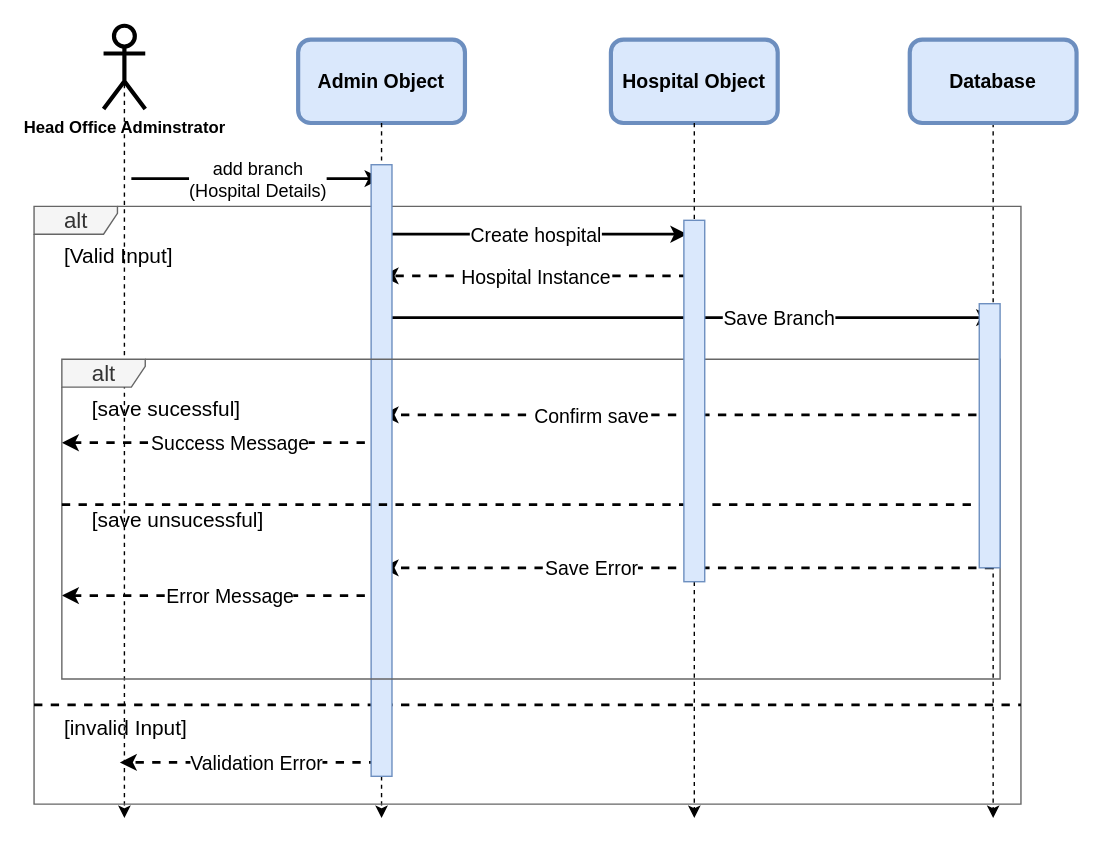
Before: UseCase_Diagram/Biruh/addBranch.dio in Nama21yo/SDS-EMR, a draw.io diagram. Source tidied: cells renumbered, new cells numbered last; positions are measured from the earlier drawing's top-left corner, leaving out a move shared by most shapes. Both pictures are drawn from the tidied source at 139%, with x=0, y=0 at pixel (33, 25).
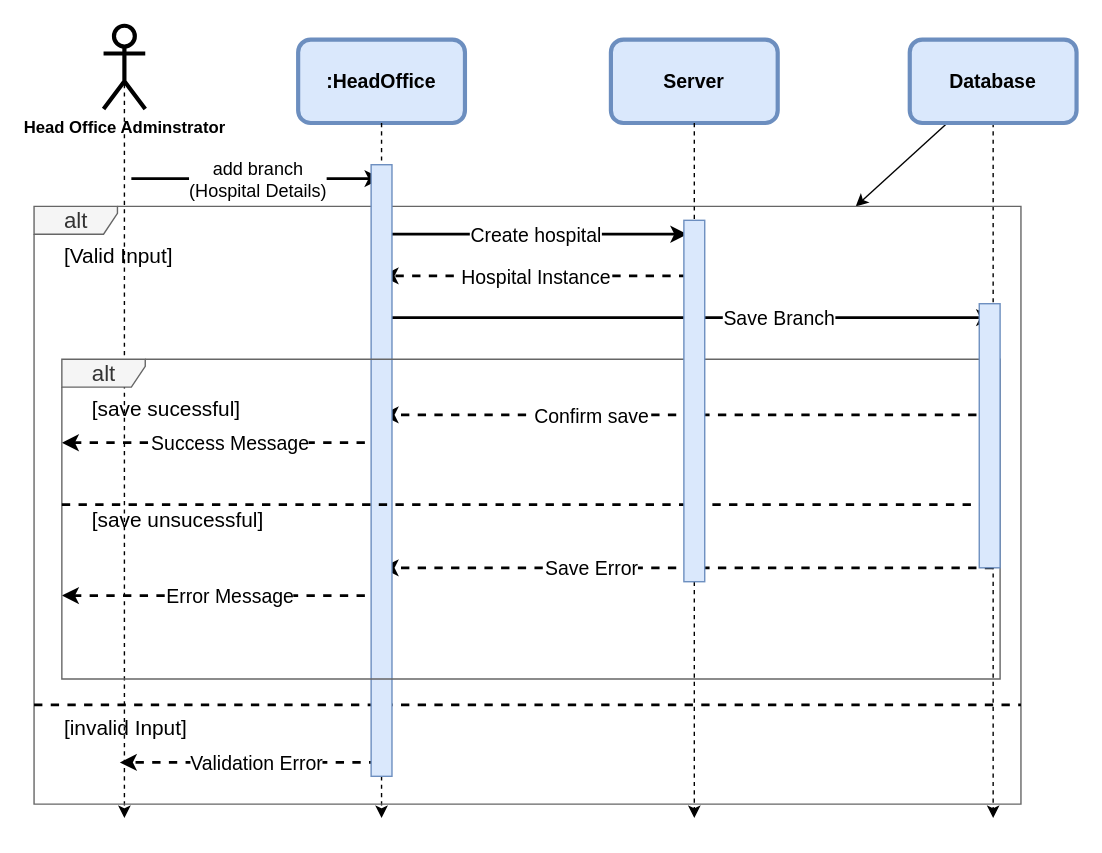
Above is the later version.

Unchanged cells that the change refers to:
```xml
<mxCell id="26" value="&lt;font style=&quot;font-size: 16px;&quot;&gt;alt&lt;/font&gt;" style="shape=umlFrame;tabWidth=110;tabHeight=30;tabPosition=left;html=1;boundedLbl=1;labelInHeader=1;width=60;height=20;rounded=0;shadow=0;glass=0;sketch=0;fontSize=15;fillColor=#f5f5f5;fontColor=#333333;strokeColor=#666666;" parent="1" vertex="1">
  <mxGeometry y="130" width="710" height="430" as="geometry" />
</mxCell>
```

Diff of the diagram source:
```diff
@@
-    <mxCell id="5" value="&lt;font style=&quot;font-size: 14px;&quot;&gt;&lt;b&gt;Admin Object&lt;/b&gt;&lt;/font&gt;" style="rounded=1;whiteSpace=wrap;html=1;strokeWidth=3;fillColor=#dae8fc;strokeColor=#6c8ebf;" parent="1" vertex="1">
+    <mxCell id="5" value="&lt;font color=&quot;#000000&quot;&gt;&lt;span style=&quot;font-size: 14px;&quot;&gt;&lt;b&gt;:HeadOffice&lt;/b&gt;&lt;/span&gt;&lt;/font&gt;" style="rounded=1;whiteSpace=wrap;html=1;strokeWidth=3;fillColor=#dae8fc;strokeColor=#6c8ebf;" parent="1" vertex="1">
       <mxGeometry x="190" y="10" width="120" height="60" as="geometry" />
     </mxCell>
@@
-    <mxCell id="7" value="&lt;font style=&quot;font-size: 14px;&quot;&gt;&lt;b&gt;Hospital Object&lt;/b&gt;&lt;/font&gt;" style="rounded=1;whiteSpace=wrap;html=1;strokeWidth=3;fillColor=#dae8fc;strokeColor=#6c8ebf;" parent="1" vertex="1">
+    <mxCell id="7" value="&lt;font color=&quot;#000000&quot; style=&quot;font-size: 14px;&quot;&gt;&lt;b&gt;Server&lt;/b&gt;&lt;/font&gt;" style="rounded=1;whiteSpace=wrap;html=1;strokeWidth=3;fillColor=#dae8fc;strokeColor=#6c8ebf;" parent="1" vertex="1">
       <mxGeometry x="415" y="10" width="120" height="60" as="geometry" />
     </mxCell>
@@
+    <mxCell id="41" style="edgeStyle=none;html=1;fontColor=#000000;" parent="1" edge="1" source="9" target="26">
+      <mxGeometry relative="1" as="geometry" />
+    </mxCell>
-    <mxCell id="9" value="&lt;font style=&quot;font-size: 14px;&quot;&gt;&lt;b&gt;Database&lt;/b&gt;&lt;/font&gt;" style="rounded=1;whiteSpace=wrap;html=1;strokeWidth=3;fillColor=#dae8fc;strokeColor=#6c8ebf;" parent="1" vertex="1">
+    <mxCell id="9" value="&lt;font color=&quot;#000000&quot; style=&quot;font-size: 14px;&quot;&gt;&lt;b&gt;Database&lt;/b&gt;&lt;/font&gt;" style="rounded=1;whiteSpace=wrap;html=1;strokeWidth=3;fillColor=#dae8fc;strokeColor=#6c8ebf;" parent="1" vertex="1">
       <mxGeometry x="630" y="10" width="120" height="60" as="geometry" />
     </mxCell>
```
